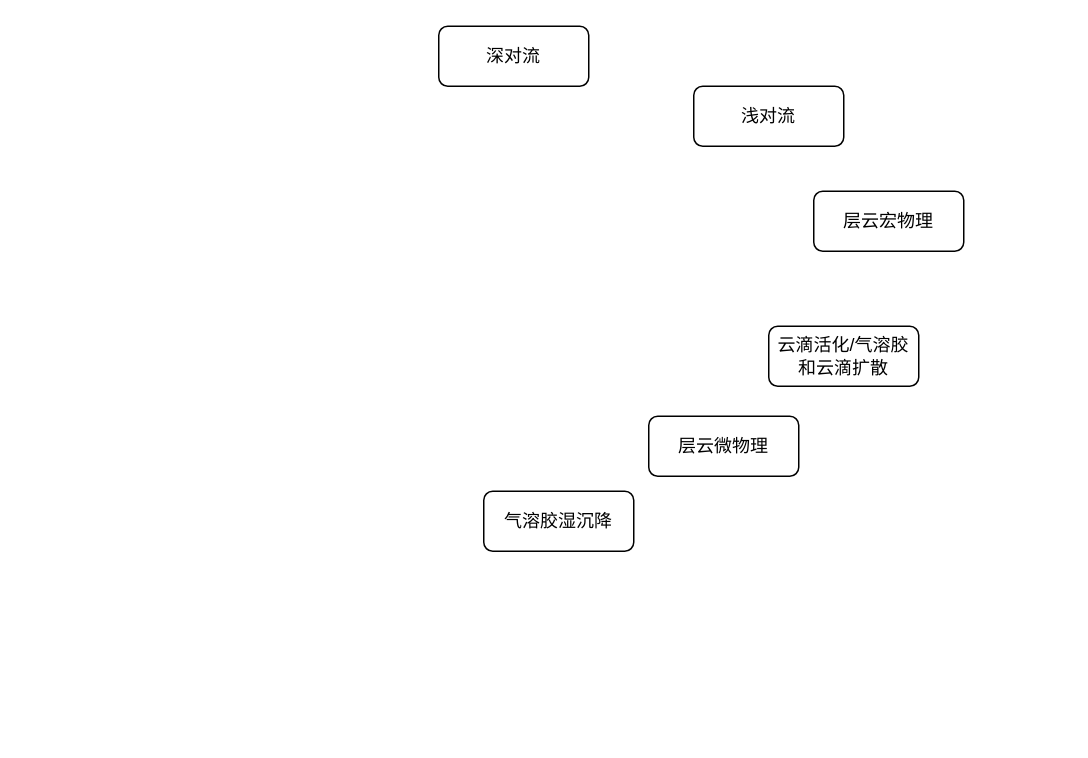
The draw.io diagram CAM5-schematic.drawio in qinyia/drawio.output, before the edit. Source tidied: cells renumbered, new cells numbered last; positions are measured from the earlier drawing's top-left corner, leaving out a move shared by most shapes. Both pictures are drawn from the tidied source at 150%, with x=0, y=0 at pixel (438, 26).
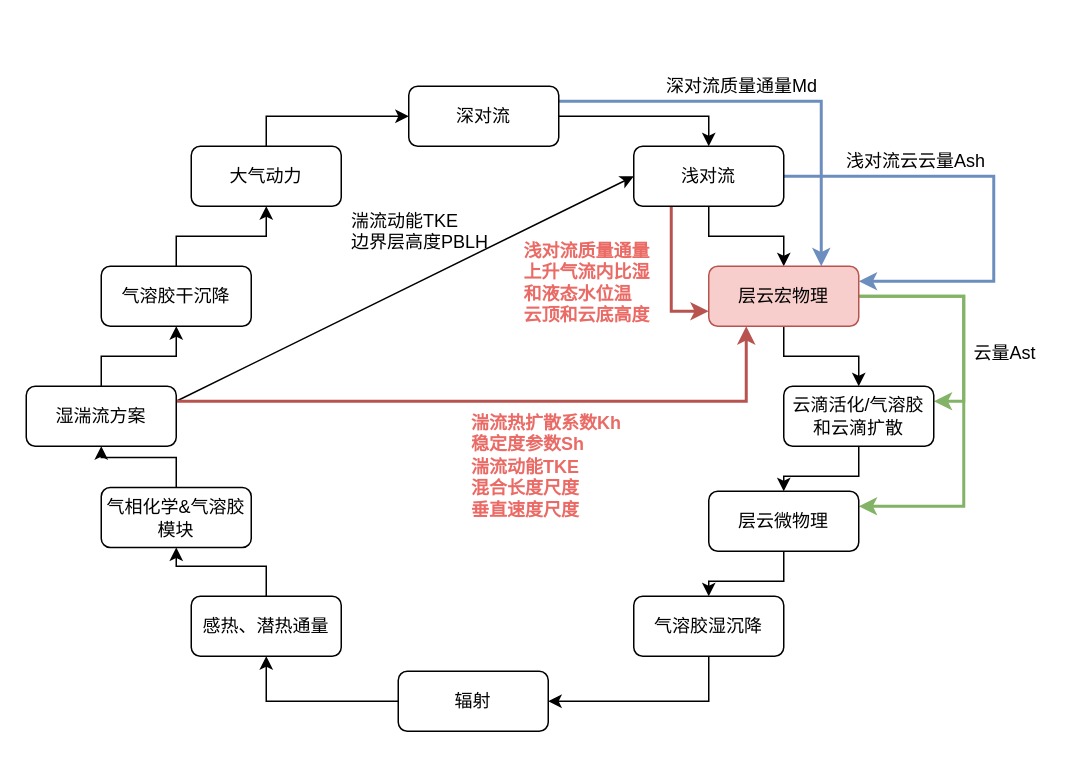
After the change.

Diff of the diagram source:
```diff
@@
+    <mxCell id="8" style="edgeStyle=orthogonalEdgeStyle;rounded=0;jettySize=auto;html=1;exitX=1;exitY=0.5;exitDx=0;exitDy=0;entryX=0.5;entryY=0;entryDx=0;entryDy=0;" parent="1" edge="1" source="2" target="3">
+      <mxGeometry relative="1" as="geometry" />
+    </mxCell>
+    <mxCell id="9" style="edgeStyle=orthogonalEdgeStyle;rounded=0;jettySize=auto;html=1;exitX=1;exitY=0.25;exitDx=0;exitDy=0;entryX=0.75;entryY=0;entryDx=0;entryDy=0;strokeWidth=2;fillColor=#dae8fc;strokeColor=#6c8ebf;" parent="1" edge="1" source="2" target="4">
+      <mxGeometry relative="1" as="geometry" />
+    </mxCell>
     <mxCell id="2" value="深对流" style="rounded=1;whiteSpace=wrap;html=1;" parent="1" vertex="1">
-      <mxGeometry width="100" height="40" as="geometry" />
+      <mxGeometry x="-20" y="40" width="100" height="40" as="geometry" />
     </mxCell>
+    <mxCell id="10" style="edgeStyle=orthogonalEdgeStyle;rounded=0;jettySize=auto;html=1;entryX=0.5;entryY=0;entryDx=0;entryDy=0;" parent="1" edge="1" source="3" target="4">
+      <mxGeometry relative="1" as="geometry" />
+    </mxCell>
+    <mxCell id="11" style="edgeStyle=orthogonalEdgeStyle;rounded=0;jettySize=auto;html=1;exitX=1;exitY=0.5;exitDx=0;exitDy=0;entryX=1;entryY=0.25;entryDx=0;entryDy=0;strokeWidth=2;fillColor=#dae8fc;strokeColor=#6c8ebf;" parent="1" edge="1" source="3" target="4">
+      <mxGeometry relative="1" as="geometry">
+        <Array as="points">
+          <mxPoint x="370" y="100" />
+          <mxPoint x="370" y="170" />
+        </Array>
+      </mxGeometry>
+    </mxCell>
+    <mxCell id="12" style="edgeStyle=orthogonalEdgeStyle;rounded=0;jettySize=auto;html=1;exitX=0.25;exitY=1;exitDx=0;exitDy=0;entryX=0;entryY=0.75;entryDx=0;entryDy=0;strokeWidth=2;fillColor=#f8cecc;strokeColor=#b85450;" parent="1" edge="1" source="3" target="4">
+      <mxGeometry relative="1" as="geometry" />
+    </mxCell>
     <mxCell id="3" value="浅对流" style="rounded=1;whiteSpace=wrap;html=1;" parent="1" vertex="1">
-      <mxGeometry x="170" y="40" width="100" height="40" as="geometry" />
+      <mxGeometry x="130" y="80" width="100" height="40" as="geometry" />
     </mxCell>
+    <mxCell id="13" style="edgeStyle=orthogonalEdgeStyle;rounded=0;jettySize=auto;html=1;exitX=0.5;exitY=1;exitDx=0;exitDy=0;entryX=0.5;entryY=0;entryDx=0;entryDy=0;" parent="1" edge="1" source="4" target="5">
+      <mxGeometry relative="1" as="geometry" />
+    </mxCell>
+    <mxCell id="14" style="edgeStyle=orthogonalEdgeStyle;rounded=0;jettySize=auto;html=1;exitX=1;exitY=0.5;exitDx=0;exitDy=0;entryX=1;entryY=0.25;entryDx=0;entryDy=0;strokeWidth=2;fillColor=#d5e8d4;strokeColor=#82b366;" parent="1" edge="1" source="4" target="5">
+      <mxGeometry relative="1" as="geometry" />
+    </mxCell>
+    <mxCell id="15" style="edgeStyle=orthogonalEdgeStyle;rounded=0;jettySize=auto;html=1;exitX=1;exitY=0.5;exitDx=0;exitDy=0;entryX=1;entryY=0.25;entryDx=0;entryDy=0;strokeWidth=2;fillColor=#d5e8d4;strokeColor=#82b366;" parent="1" edge="1" source="4" target="6">
+      <mxGeometry relative="1" as="geometry">
+        <Array as="points">
+          <mxPoint x="350" y="180" />
+          <mxPoint x="350" y="320" />
+        </Array>
+      </mxGeometry>
+    </mxCell>
-    <mxCell id="4" value="层云宏物理" style="rounded=1;whiteSpace=wrap;html=1;" parent="1" vertex="1">
-      <mxGeometry x="250" y="110" width="100" height="40" as="geometry" />
+    <mxCell id="4" value="层云宏物理" style="rounded=1;whiteSpace=wrap;html=1;fillColor=#f8cecc;strokeColor=#b85450;" parent="1" vertex="1">
+      <mxGeometry x="180" y="160" width="100" height="40" as="geometry" />
     </mxCell>
+    <mxCell id="16" style="edgeStyle=orthogonalEdgeStyle;rounded=0;jettySize=auto;html=1;exitX=0.5;exitY=1;exitDx=0;exitDy=0;entryX=0.5;entryY=0;entryDx=0;entryDy=0;" parent="1" edge="1" source="5" target="6">
+      <mxGeometry relative="1" as="geometry" />
+    </mxCell>
     <mxCell id="5" value="云滴活化/气溶胶和云滴扩散" style="rounded=1;whiteSpace=wrap;html=1;" parent="1" vertex="1">
-      <mxGeometry x="220" y="200" width="100" height="40" as="geometry" />
+      <mxGeometry x="230" y="240" width="100" height="40" as="geometry" />
     </mxCell>
+    <mxCell id="17" style="edgeStyle=orthogonalEdgeStyle;rounded=0;jettySize=auto;html=1;exitX=0.5;exitY=1;exitDx=0;exitDy=0;entryX=0.5;entryY=0;entryDx=0;entryDy=0;" parent="1" edge="1" source="6" target="7">
+      <mxGeometry relative="1" as="geometry" />
+    </mxCell>
     <mxCell id="6" value="层云微物理" style="rounded=1;whiteSpace=wrap;html=1;" parent="1" vertex="1">
-      <mxGeometry x="140" y="260" width="100" height="40" as="geometry" />
+      <mxGeometry x="180" y="310" width="100" height="40" as="geometry" />
     </mxCell>
+    <mxCell id="18" style="edgeStyle=orthogonalEdgeStyle;rounded=0;jettySize=auto;html=1;exitX=0.5;exitY=1;exitDx=0;exitDy=0;entryX=1;entryY=0.5;entryDx=0;entryDy=0;" parent="1" edge="1" source="7" target="20">
+      <mxGeometry relative="1" as="geometry" />
+    </mxCell>
     <mxCell id="7" value="气溶胶湿沉降" style="rounded=1;whiteSpace=wrap;html=1;" parent="1" vertex="1">
-      <mxGeometry x="30" y="310" width="100" height="40" as="geometry" />
+      <mxGeometry x="130" y="380" width="100" height="40" as="geometry" />
     </mxCell>
+    <mxCell id="19" style="edgeStyle=orthogonalEdgeStyle;rounded=0;jettySize=auto;html=1;entryX=0.5;entryY=1;entryDx=0;entryDy=0;" parent="1" edge="1" source="20" target="22">
+      <mxGeometry relative="1" as="geometry" />
+    </mxCell>
+    <mxCell id="20" value="辐射" style="rounded=1;whiteSpace=wrap;html=1;" parent="1" vertex="1">
+      <mxGeometry x="-27" y="430" width="100" height="40" as="geometry" />
+    </mxCell>
+    <mxCell id="21" style="edgeStyle=orthogonalEdgeStyle;rounded=0;jettySize=auto;html=1;exitX=0.5;exitY=0;exitDx=0;exitDy=0;entryX=0.5;entryY=1;entryDx=0;entryDy=0;" parent="1" edge="1" source="22" target="24">
+      <mxGeometry relative="1" as="geometry" />
+    </mxCell>
+    <mxCell id="22" value="感热、潜热通量" style="rounded=1;whiteSpace=wrap;html=1;" parent="1" vertex="1">
+      <mxGeometry x="-165" y="380" width="100" height="40" as="geometry" />
+    </mxCell>
+    <mxCell id="23" style="edgeStyle=orthogonalEdgeStyle;rounded=0;jettySize=auto;html=1;exitX=0.5;exitY=0;exitDx=0;exitDy=0;entryX=0.5;entryY=1;entryDx=0;entryDy=0;" parent="1" edge="1" source="24" target="28">
+      <mxGeometry relative="1" as="geometry" />
+    </mxCell>
+    <mxCell id="24" value="气相化学&amp;amp;气溶胶模块" style="rounded=1;whiteSpace=wrap;html=1;" parent="1" vertex="1">
+      <mxGeometry x="-225" y="307.5" width="100" height="40" as="geometry" />
+    </mxCell>
+    <mxCell id="25" style="edgeStyle=orthogonalEdgeStyle;rounded=0;jettySize=auto;html=1;exitX=0.5;exitY=0;exitDx=0;exitDy=0;entryX=0.5;entryY=1;entryDx=0;entryDy=0;" parent="1" edge="1" source="28" target="30">
+      <mxGeometry relative="1" as="geometry" />
+    </mxCell>
+    <mxCell id="26" style="rounded=0;jettySize=auto;html=1;exitX=1;exitY=0.25;exitDx=0;exitDy=0;entryX=0;entryY=0.5;entryDx=0;entryDy=0;" parent="1" edge="1" source="28" target="3">
+      <mxGeometry relative="1" as="geometry" />
+    </mxCell>
+    <mxCell id="27" style="edgeStyle=orthogonalEdgeStyle;rounded=0;jettySize=auto;html=1;exitX=1;exitY=0.25;exitDx=0;exitDy=0;entryX=0.25;entryY=1;entryDx=0;entryDy=0;strokeWidth=2;fillColor=#f8cecc;strokeColor=#b85450;" parent="1" edge="1" source="28" target="4">
+      <mxGeometry relative="1" as="geometry" />
+    </mxCell>
+    <mxCell id="28" value="湿湍流方案" style="rounded=1;whiteSpace=wrap;html=1;" parent="1" vertex="1">
+      <mxGeometry x="-275" y="240" width="100" height="40" as="geometry" />
+    </mxCell>
+    <mxCell id="29" style="edgeStyle=orthogonalEdgeStyle;rounded=0;jettySize=auto;html=1;exitX=0.5;exitY=0;exitDx=0;exitDy=0;entryX=0.5;entryY=1;entryDx=0;entryDy=0;" parent="1" edge="1" source="30" target="32">
+      <mxGeometry relative="1" as="geometry" />
+    </mxCell>
+    <mxCell id="30" value="气溶胶干沉降" style="rounded=1;whiteSpace=wrap;html=1;" parent="1" vertex="1">
+      <mxGeometry x="-225" y="160" width="100" height="40" as="geometry" />
+    </mxCell>
+    <mxCell id="31" style="edgeStyle=orthogonalEdgeStyle;rounded=0;jettySize=auto;html=1;exitX=0.5;exitY=0;exitDx=0;exitDy=0;entryX=0;entryY=0.5;entryDx=0;entryDy=0;" parent="1" edge="1" source="32" target="2">
+      <mxGeometry relative="1" as="geometry" />
+    </mxCell>
+    <mxCell id="32" value="大气动力" style="rounded=1;whiteSpace=wrap;html=1;" parent="1" vertex="1">
+      <mxGeometry x="-165" y="80" width="100" height="40" as="geometry" />
+    </mxCell>
+    <mxCell id="33" value="湍流动能TKE&lt;br&gt;边界层高度PBLH&lt;br&gt;" style="text;html=1;align=left;verticalAlign=top;spacingTop=-4;" parent="1" vertex="1">
+      <mxGeometry x="-60" y="120" width="110" height="30" as="geometry" />
+    </mxCell>
+    <mxCell id="34" value="深对流质量通量Md" style="text;html=1;align=left;verticalAlign=top;spacingTop=-4;" parent="1" vertex="1">
+      <mxGeometry x="150" y="30" width="120" height="20" as="geometry" />
+    </mxCell>
+    <mxCell id="35" value="浅对流云云量Ash" style="text;html=1;align=left;verticalAlign=top;spacingTop=-4;" parent="1" vertex="1">
+      <mxGeometry x="270" y="80" width="110" height="20" as="geometry" />
+    </mxCell>
+    <mxCell id="36" value="云量Ast" style="text;html=1;align=left;verticalAlign=top;spacingTop=-4;" parent="1" vertex="1">
+      <mxGeometry x="355" y="208" width="60" height="20" as="geometry" />
+    </mxCell>
+    <mxCell id="37" value="&lt;font color=&quot;#ea6b66&quot;&gt;&lt;b&gt;湍流热扩散系数Kh&lt;br&gt;稳定度参数Sh&lt;br&gt;湍流动能TKE&lt;br&gt;混合长度尺度&lt;br&gt;垂直速度尺度&lt;/b&gt;&lt;/font&gt;&lt;br&gt;" style="text;html=1;align=left;verticalAlign=top;spacingTop=-4;" parent="1" vertex="1">
+      <mxGeometry x="20" y="255" width="120" height="70" as="geometry" />
+    </mxCell>
+    <mxCell id="38" value="&lt;b&gt;&lt;font color=&quot;#ea6b66&quot;&gt;浅对流质量通量&lt;br&gt;上升气流内比湿&lt;br&gt;和液态水位温&lt;br&gt;云顶和云底高度&lt;/font&gt;&lt;/b&gt;&lt;br&gt;" style="text;html=1;align=left;verticalAlign=top;spacingTop=-4;" parent="1" vertex="1">
+      <mxGeometry x="55" y="140" width="100" height="60" as="geometry" />
+    </mxCell>
```
